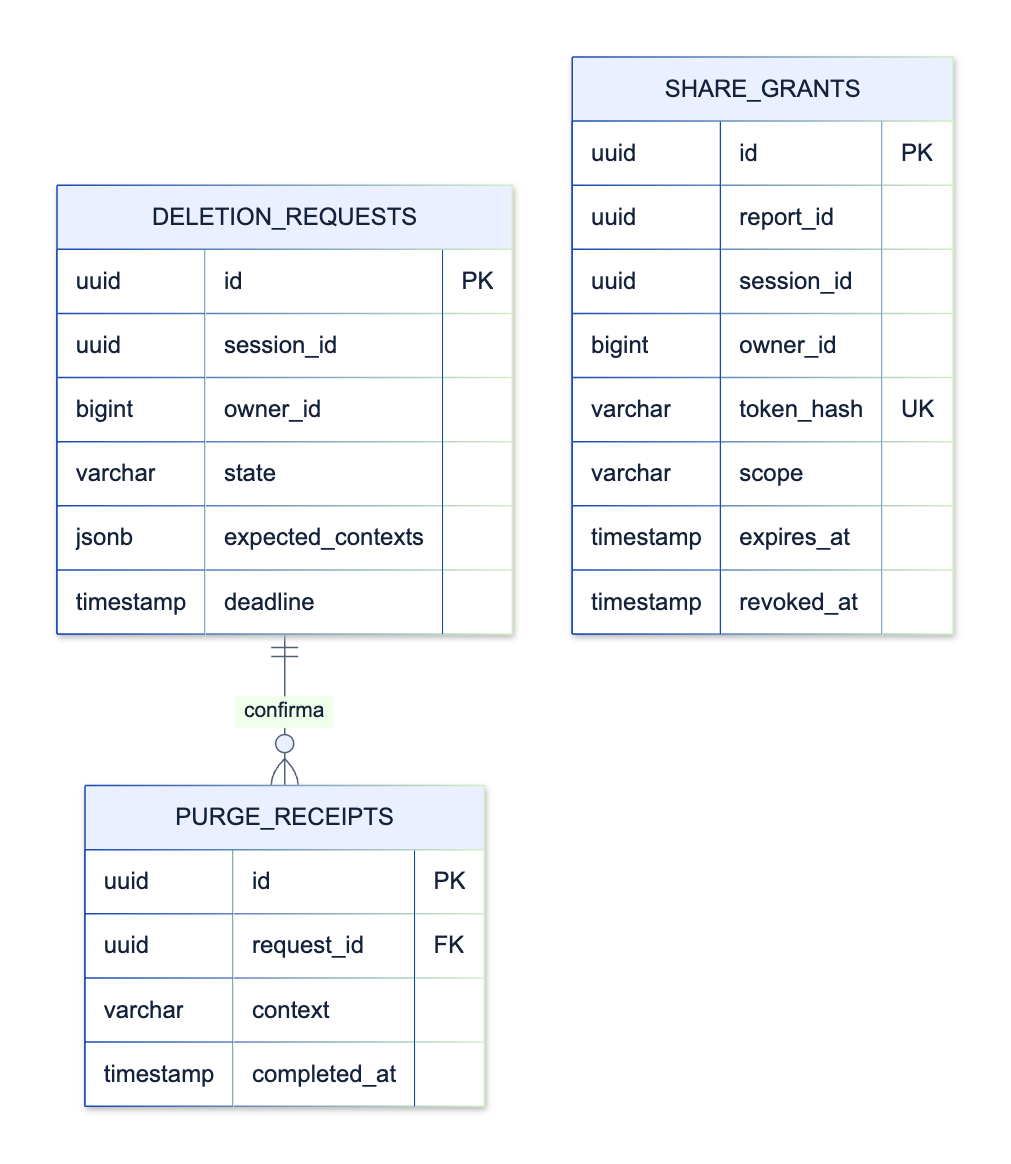
Earlier version of the Mermaid export assets/diagrams/tactical/06-sharing-retention-database.png (upc-pre-202620-si728-16365-thropic/talki-project-report). Its source is kept beside it as assets/diagrams/tactical/06-sharing-retention-database.mmd.
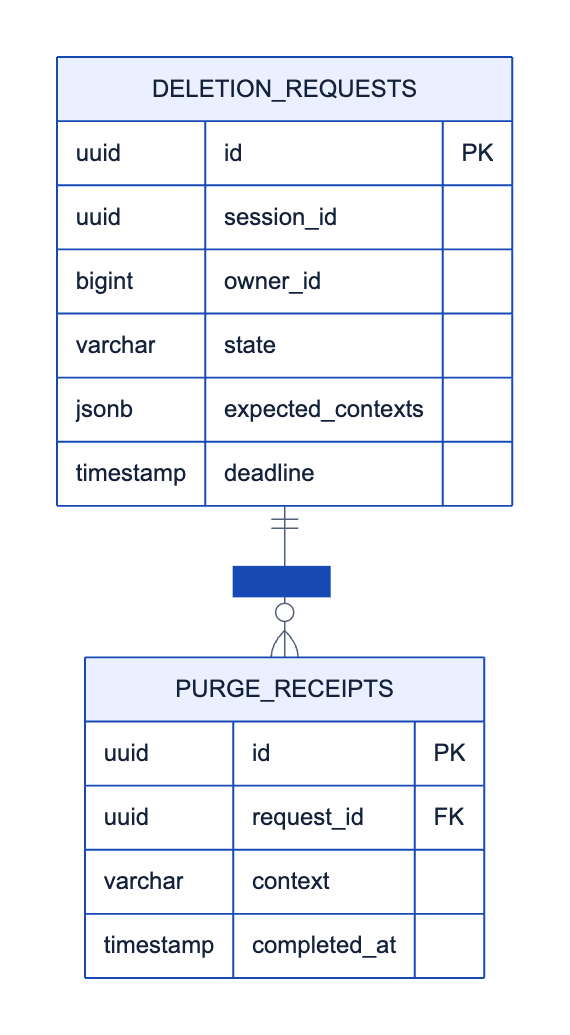
After the change.

The edit, as a diff of the source:
```diff
@@ -1,15 +1,6 @@
 erDiagram
     DELETION_REQUESTS ||--o{ PURGE_RECEIPTS : confirma
-    SHARE_GRANTS {
-        uuid id PK
-        uuid report_id
-        uuid session_id
-        bigint owner_id
-        varchar token_hash UK
-        varchar scope
-        timestamp expires_at
-        timestamp revoked_at
-    }
+
     DELETION_REQUESTS {
         uuid id PK
         uuid session_id
```
